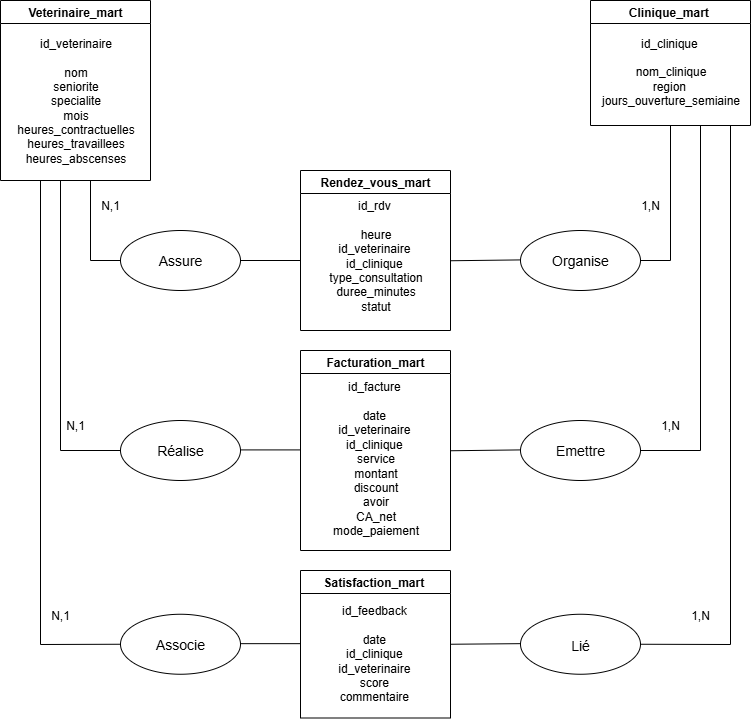
The draw.io diagram Modelisation_MCD/MCD_CLINIC.png in IDRISSI-Karim/Clinic_Project, before a commit. Source tidied: cells renumbered, new cells last; positions are measured from the earlier drawing's top-left corner, leaving out a move shared by most shapes. The source it was exported from:
```xml
<mxGraphModel>
  <root>
    <mxCell id="0" />
    <mxCell id="1" parent="0" />
    <mxCell id="2" value="Clinique_mart&amp;nbsp;" style="swimlane;whiteSpace=wrap;html=1;" parent="1" vertex="1">
      <mxGeometry x="590" width="160" height="125" as="geometry" />
    </mxCell>
    <mxCell id="3" value="id_clinique&amp;nbsp;&lt;div&gt;&lt;br&gt;&lt;/div&gt;&lt;div&gt;nom_clinique&lt;/div&gt;&lt;div&gt;region&amp;nbsp;&lt;/div&gt;&lt;div&gt;jours_ouverture_semiaine&lt;/div&gt;" style="text;html=1;align=center;verticalAlign=middle;strokeColor=none;fillColor=none;" parent="2" vertex="1">
      <mxGeometry y="26.2" width="160" height="90" as="geometry" />
    </mxCell>
    <mxCell id="4" value="Satisfaction_mart&amp;nbsp;" style="swimlane;whiteSpace=wrap;html=1;startSize=23;" parent="1" vertex="1">
      <mxGeometry x="300" y="570" width="150" height="147.5" as="geometry" />
    </mxCell>
    <mxCell id="5" value="id_feedback&amp;nbsp;&lt;div&gt;&lt;br&gt;&lt;/div&gt;&lt;div&gt;date&amp;nbsp;&lt;/div&gt;&lt;div&gt;id_clinique&amp;nbsp;&lt;/div&gt;&lt;div&gt;id_veterinaire&amp;nbsp;&lt;/div&gt;&lt;div&gt;score&amp;nbsp;&lt;/div&gt;&lt;div&gt;commentaire&amp;nbsp;&lt;/div&gt;" style="text;html=1;align=center;verticalAlign=middle;strokeColor=none;fillColor=none;" parent="4" vertex="1">
      <mxGeometry x="25" y="27.5" width="100" height="110" as="geometry" />
    </mxCell>
    <mxCell id="6" value="Facturation_mart" style="swimlane;whiteSpace=wrap;html=1;" parent="1" vertex="1">
      <mxGeometry x="300" y="350" width="150" height="200" as="geometry" />
    </mxCell>
    <mxCell id="7" value="id_facture&amp;nbsp;&lt;div&gt;&lt;br&gt;&lt;div&gt;date&amp;nbsp;&lt;/div&gt;&lt;div&gt;id_veterinaire&amp;nbsp;&lt;/div&gt;&lt;div&gt;id_clinique&amp;nbsp;&lt;/div&gt;&lt;div&gt;service&lt;/div&gt;&lt;div&gt;&lt;span style=&quot;background-color: transparent; color: light-dark(rgb(0, 0, 0), rgb(255, 255, 255));&quot;&gt;montant&lt;/span&gt;&lt;/div&gt;&lt;div&gt;discount&lt;/div&gt;&lt;div&gt;avoir&lt;/div&gt;&lt;div&gt;CA_net&lt;br&gt;mode_paiement&lt;/div&gt;&lt;div&gt;&lt;br&gt;&lt;/div&gt;&lt;/div&gt;" style="text;html=1;align=center;verticalAlign=middle;strokeColor=none;fillColor=none;" parent="6" vertex="1">
      <mxGeometry x="20" y="20" width="110" height="190" as="geometry" />
    </mxCell>
    <mxCell id="8" value="Rendez_vous_mart" style="swimlane;whiteSpace=wrap;html=1;" parent="1" vertex="1">
      <mxGeometry x="300" y="170" width="150" height="160" as="geometry" />
    </mxCell>
    <mxCell id="9" value="id_rdv&amp;nbsp;&lt;div&gt;&lt;br&gt;&lt;div&gt;heure&lt;/div&gt;&lt;div&gt;id_veterinaire&amp;nbsp;&lt;/div&gt;&lt;div&gt;id_clinique&amp;nbsp;&lt;/div&gt;&lt;div&gt;type_consultation&lt;/div&gt;&lt;div&gt;&lt;span style=&quot;background-color: transparent; color: light-dark(rgb(0, 0, 0), rgb(255, 255, 255));&quot;&gt;duree_minutes&lt;/span&gt;&lt;/div&gt;&lt;div&gt;statut&lt;/div&gt;&lt;/div&gt;" style="text;html=1;align=center;verticalAlign=middle;strokeColor=none;fillColor=none;" parent="8" vertex="1">
      <mxGeometry x="15" y="20" width="120" height="130" as="geometry" />
    </mxCell>
    <mxCell id="10" value="Veterinaire_mart" style="swimlane;whiteSpace=wrap;html=1;" parent="1" vertex="1">
      <mxGeometry width="150" height="180" as="geometry" />
    </mxCell>
    <mxCell id="11" value="id_veterinaire&lt;div&gt;&lt;br&gt;&lt;div&gt;nom&lt;/div&gt;&lt;div&gt;seniorite&lt;/div&gt;&lt;div&gt;specialite&lt;/div&gt;&lt;div&gt;mois&lt;/div&gt;&lt;div&gt;&lt;span style=&quot;background-color: transparent; color: light-dark(rgb(0, 0, 0), rgb(255, 255, 255));&quot;&gt;heures_contractuelles&lt;/span&gt;&lt;/div&gt;&lt;div&gt;heures_travaillees&lt;/div&gt;&lt;div&gt;heures_abscenses&lt;/div&gt;&lt;/div&gt;" style="text;html=1;align=center;verticalAlign=middle;strokeColor=none;fillColor=none;" parent="10" vertex="1">
      <mxGeometry x="5" y="30" width="140" height="140" as="geometry" />
    </mxCell>
    <mxCell id="12" style="ellipse;whiteSpace=wrap;html=1;" parent="1" vertex="1">
      <mxGeometry x="120" y="230" width="120" height="60" as="geometry" />
    </mxCell>
    <mxCell id="13" style="ellipse;whiteSpace=wrap;html=1;" parent="1" vertex="1">
      <mxGeometry x="120" y="613.8" width="120" height="60" as="geometry" />
    </mxCell>
    <mxCell id="14" style="ellipse;whiteSpace=wrap;html=1;" parent="1" vertex="1">
      <mxGeometry x="120" y="420" width="120" height="60" as="geometry" />
    </mxCell>
    <mxCell id="15" style="ellipse;whiteSpace=wrap;html=1;" parent="1" vertex="1">
      <mxGeometry x="520" y="230" width="120" height="60" as="geometry" />
    </mxCell>
    <mxCell id="16" style="ellipse;whiteSpace=wrap;html=1;" parent="1" vertex="1">
      <mxGeometry x="520" y="613.8" width="120" height="60" as="geometry" />
    </mxCell>
    <mxCell id="17" style="ellipse;whiteSpace=wrap;html=1;" parent="1" vertex="1">
      <mxGeometry x="520" y="420" width="120" height="60" as="geometry" />
    </mxCell>
    <mxCell id="18" style="endArrow=none;html=1;rounded=0;entryX=0.5;entryY=1;entryDx=0;entryDy=0;exitX=1;exitY=0.5;exitDx=0;exitDy=0;" parent="1" edge="1" source="15" target="2">
      <mxGeometry relative="1" as="geometry">
        <Array as="points">
          <mxPoint x="670" y="260" />
        </Array>
      </mxGeometry>
    </mxCell>
    <mxCell id="19" style="endArrow=none;html=1;rounded=0;entryX=0.5;entryY=1;entryDx=0;entryDy=0;exitX=1;exitY=0.5;exitDx=0;exitDy=0;" parent="1" edge="1" source="17">
      <mxGeometry relative="1" as="geometry">
        <mxPoint x="700" y="125" as="targetPoint" />
        <Array as="points">
          <mxPoint x="700" y="450" />
        </Array>
      </mxGeometry>
    </mxCell>
    <mxCell id="20" style="endArrow=none;html=1;rounded=0;entryX=0.5;entryY=1;entryDx=0;entryDy=0;exitX=1;exitY=0.5;exitDx=0;exitDy=0;" parent="1" edge="1" source="16">
      <mxGeometry relative="1" as="geometry">
        <mxPoint x="730" y="125" as="targetPoint" />
        <Array as="points">
          <mxPoint x="730" y="644" />
        </Array>
      </mxGeometry>
    </mxCell>
    <mxCell id="21" style="endArrow=none;html=1;rounded=0;entryX=0.5;entryY=1;entryDx=0;entryDy=0;exitX=0;exitY=0.5;exitDx=0;exitDy=0;" parent="1" edge="1" source="13">
      <mxGeometry relative="1" as="geometry">
        <mxPoint x="40" y="180" as="targetPoint" />
        <Array as="points">
          <mxPoint x="40" y="644" />
        </Array>
      </mxGeometry>
    </mxCell>
    <mxCell id="22" style="endArrow=none;html=1;rounded=0;entryX=0.5;entryY=1;entryDx=0;entryDy=0;exitX=0;exitY=0.5;exitDx=0;exitDy=0;" parent="1" edge="1" source="14">
      <mxGeometry relative="1" as="geometry">
        <mxPoint x="60" y="180" as="targetPoint" />
        <Array as="points">
          <mxPoint x="60" y="450" />
        </Array>
      </mxGeometry>
    </mxCell>
    <mxCell id="23" style="endArrow=none;html=1;rounded=0;entryX=0.5;entryY=1;entryDx=0;entryDy=0;exitX=0;exitY=0.5;exitDx=0;exitDy=0;" parent="1" edge="1" source="12">
      <mxGeometry relative="1" as="geometry">
        <mxPoint x="90" y="180" as="targetPoint" />
        <Array as="points">
          <mxPoint x="90" y="260" />
        </Array>
      </mxGeometry>
    </mxCell>
    <mxCell id="24" style="endArrow=none;html=1;rounded=0;exitX=1;exitY=0.5;exitDx=0;exitDy=0;" parent="1" edge="1" source="12">
      <mxGeometry relative="1" as="geometry">
        <mxPoint x="300" y="260" as="targetPoint" />
      </mxGeometry>
    </mxCell>
    <mxCell id="25" style="endArrow=none;html=1;rounded=0;exitX=1;exitY=0.5;exitDx=0;exitDy=0;" parent="1" edge="1">
      <mxGeometry relative="1" as="geometry">
        <mxPoint x="240" y="449.4" as="sourcePoint" />
        <mxPoint x="300" y="449.4" as="targetPoint" />
      </mxGeometry>
    </mxCell>
    <mxCell id="26" style="endArrow=none;html=1;rounded=0;exitX=1;exitY=0.5;exitDx=0;exitDy=0;" parent="1" edge="1">
      <mxGeometry relative="1" as="geometry">
        <mxPoint x="240" y="643.2" as="sourcePoint" />
        <mxPoint x="300" y="643.2" as="targetPoint" />
      </mxGeometry>
    </mxCell>
    <mxCell id="27" style="endArrow=none;html=1;rounded=0;exitX=1;exitY=0.5;exitDx=0;exitDy=0;" parent="1" edge="1" source="4">
      <mxGeometry relative="1" as="geometry">
        <mxPoint x="520" y="643.2" as="targetPoint" />
      </mxGeometry>
    </mxCell>
    <mxCell id="28" style="endArrow=none;html=1;rounded=0;exitX=1;exitY=0.5;exitDx=0;exitDy=0;" parent="1" edge="1">
      <mxGeometry relative="1" as="geometry">
        <mxPoint x="450" y="450.2" as="sourcePoint" />
        <mxPoint x="520" y="449.4" as="targetPoint" />
      </mxGeometry>
    </mxCell>
    <mxCell id="29" style="endArrow=none;html=1;rounded=0;exitX=1;exitY=0.5;exitDx=0;exitDy=0;" parent="1" edge="1">
      <mxGeometry relative="1" as="geometry">
        <mxPoint x="450" y="260.2" as="sourcePoint" />
        <mxPoint x="520" y="259.4" as="targetPoint" />
      </mxGeometry>
    </mxCell>
    <mxCell id="30" value="N,1" style="text;html=1;align=center;verticalAlign=middle;whiteSpace=wrap;rounded=0;" parent="1" vertex="1">
      <mxGeometry x="80" y="190" width="60" height="30" as="geometry" />
    </mxCell>
    <mxCell id="31" value="N,1" style="text;html=1;align=center;verticalAlign=middle;whiteSpace=wrap;rounded=0;" parent="1" vertex="1">
      <mxGeometry x="45" y="410" width="60" height="30" as="geometry" />
    </mxCell>
    <mxCell id="32" value="N,1" style="text;html=1;align=center;verticalAlign=middle;whiteSpace=wrap;rounded=0;" parent="1" vertex="1">
      <mxGeometry x="30" y="600" width="60" height="30" as="geometry" />
    </mxCell>
    <mxCell id="33" value="1,N" style="text;html=1;align=center;verticalAlign=middle;whiteSpace=wrap;rounded=0;" parent="1" vertex="1">
      <mxGeometry x="620" y="190" width="60" height="30" as="geometry" />
    </mxCell>
    <mxCell id="34" value="1,N" style="text;html=1;align=center;verticalAlign=middle;whiteSpace=wrap;rounded=0;" parent="1" vertex="1">
      <mxGeometry x="640" y="410" width="60" height="30" as="geometry" />
    </mxCell>
    <mxCell id="35" value="1,N" style="text;html=1;align=center;verticalAlign=middle;whiteSpace=wrap;rounded=0;" parent="1" vertex="1">
      <mxGeometry x="670" y="600" width="60" height="30" as="geometry" />
    </mxCell>
    <mxCell id="36" value="&lt;span style=&quot;font-size: 14px;&quot;&gt;Assure&lt;/span&gt;" style="text;html=1;align=center;verticalAlign=middle;whiteSpace=wrap;rounded=0;" parent="1" vertex="1">
      <mxGeometry x="150" y="245" width="60" height="30" as="geometry" />
    </mxCell>
    <mxCell id="37" value="&lt;span style=&quot;font-size: 14px;&quot;&gt;Réalise&lt;/span&gt;" style="text;html=1;align=center;verticalAlign=middle;whiteSpace=wrap;rounded=0;" parent="1" vertex="1">
      <mxGeometry x="150" y="435" width="60" height="30" as="geometry" />
    </mxCell>
    <mxCell id="38" value="&lt;span style=&quot;font-size: 14px;&quot;&gt;Associe&lt;/span&gt;" style="text;html=1;align=center;verticalAlign=middle;whiteSpace=wrap;rounded=0;" parent="1" vertex="1">
      <mxGeometry x="150" y="628.8" width="60" height="30" as="geometry" />
    </mxCell>
    <mxCell id="39" value="&lt;span style=&quot;font-size: 14px;&quot;&gt;Lié&lt;/span&gt;" style="text;html=1;align=center;verticalAlign=middle;whiteSpace=wrap;rounded=0;" parent="1" vertex="1">
      <mxGeometry x="550" y="630" width="60" height="30" as="geometry" />
    </mxCell>
    <mxCell id="40" value="&lt;span style=&quot;font-size: 14px;&quot;&gt;Emettre&lt;/span&gt;" style="text;html=1;align=center;verticalAlign=middle;whiteSpace=wrap;rounded=0;" parent="1" vertex="1">
      <mxGeometry x="550" y="435" width="60" height="30" as="geometry" />
    </mxCell>
    <mxCell id="41" value="&lt;span style=&quot;font-size: 14px;&quot;&gt;Organise&lt;/span&gt;" style="text;html=1;align=center;verticalAlign=middle;whiteSpace=wrap;rounded=0;" parent="1" vertex="1">
      <mxGeometry x="550" y="245" width="60" height="30" as="geometry" />
    </mxCell>
  </root>
</mxGraphModel>
```
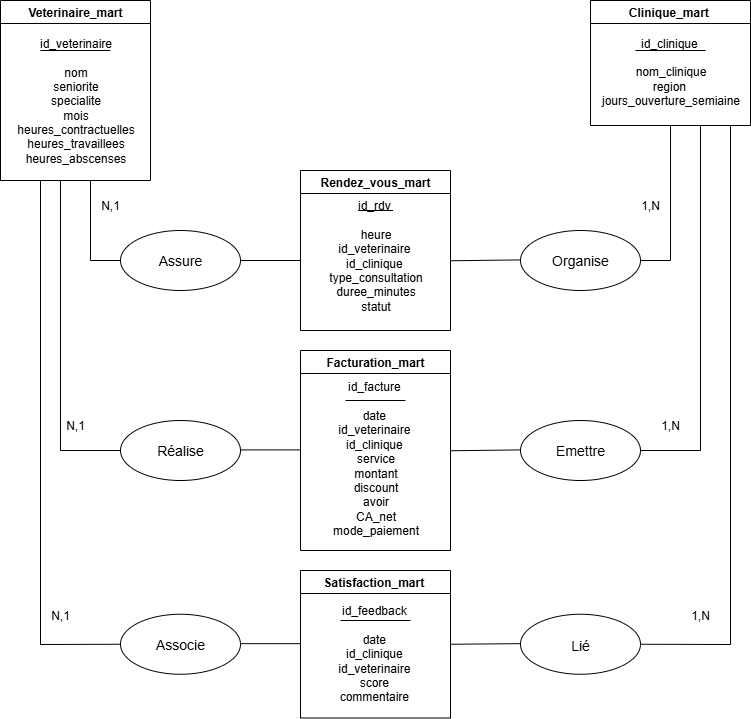
The same file after the commit.

Diff of the diagram source:
```diff
@@ -8,30 +8,60 @@
     <mxCell id="3" value="id_clinique&amp;nbsp;&lt;div&gt;&lt;br&gt;&lt;/div&gt;&lt;div&gt;nom_clinique&lt;/div&gt;&lt;div&gt;region&amp;nbsp;&lt;/div&gt;&lt;div&gt;jours_ouverture_semiaine&lt;/div&gt;" style="text;html=1;align=center;verticalAlign=middle;strokeColor=none;fillColor=none;" parent="2" vertex="1">
       <mxGeometry y="26.2" width="160" height="90" as="geometry" />
     </mxCell>
+    <mxCell id="42" style="endArrow=none;html=1;rounded=0;" parent="2" edge="1">
+      <mxGeometry relative="1" as="geometry">
+        <mxPoint x="45" y="50" as="sourcePoint" />
+        <mxPoint x="115" y="50" as="targetPoint" />
+      </mxGeometry>
+    </mxCell>
     <mxCell id="4" value="Satisfaction_mart&amp;nbsp;" style="swimlane;whiteSpace=wrap;html=1;startSize=23;" parent="1" vertex="1">
       <mxGeometry x="300" y="570" width="150" height="147.5" as="geometry" />
     </mxCell>
     <mxCell id="5" value="id_feedback&amp;nbsp;&lt;div&gt;&lt;br&gt;&lt;/div&gt;&lt;div&gt;date&amp;nbsp;&lt;/div&gt;&lt;div&gt;id_clinique&amp;nbsp;&lt;/div&gt;&lt;div&gt;id_veterinaire&amp;nbsp;&lt;/div&gt;&lt;div&gt;score&amp;nbsp;&lt;/div&gt;&lt;div&gt;commentaire&amp;nbsp;&lt;/div&gt;" style="text;html=1;align=center;verticalAlign=middle;strokeColor=none;fillColor=none;" parent="4" vertex="1">
       <mxGeometry x="25" y="27.5" width="100" height="110" as="geometry" />
     </mxCell>
+    <mxCell id="43" style="endArrow=none;html=1;rounded=0;" parent="4" edge="1">
+      <mxGeometry relative="1" as="geometry">
+        <mxPoint x="40" y="50" as="sourcePoint" />
+        <mxPoint x="110" y="50" as="targetPoint" />
+      </mxGeometry>
+    </mxCell>
     <mxCell id="6" value="Facturation_mart" style="swimlane;whiteSpace=wrap;html=1;" parent="1" vertex="1">
       <mxGeometry x="300" y="350" width="150" height="200" as="geometry" />
     </mxCell>
     <mxCell id="7" value="id_facture&amp;nbsp;&lt;div&gt;&lt;br&gt;&lt;div&gt;date&amp;nbsp;&lt;/div&gt;&lt;div&gt;id_veterinaire&amp;nbsp;&lt;/div&gt;&lt;div&gt;id_clinique&amp;nbsp;&lt;/div&gt;&lt;div&gt;service&lt;/div&gt;&lt;div&gt;&lt;span style=&quot;background-color: transparent; color: light-dark(rgb(0, 0, 0), rgb(255, 255, 255));&quot;&gt;montant&lt;/span&gt;&lt;/div&gt;&lt;div&gt;discount&lt;/div&gt;&lt;div&gt;avoir&lt;/div&gt;&lt;div&gt;CA_net&lt;br&gt;mode_paiement&lt;/div&gt;&lt;div&gt;&lt;br&gt;&lt;/div&gt;&lt;/div&gt;" style="text;html=1;align=center;verticalAlign=middle;strokeColor=none;fillColor=none;" parent="6" vertex="1">
       <mxGeometry x="20" y="20" width="110" height="190" as="geometry" />
     </mxCell>
+    <mxCell id="44" style="endArrow=none;html=1;rounded=0;" parent="6" edge="1">
+      <mxGeometry relative="1" as="geometry">
+        <mxPoint x="45" y="50" as="sourcePoint" />
+        <mxPoint x="105" y="50" as="targetPoint" />
+      </mxGeometry>
+    </mxCell>
     <mxCell id="8" value="Rendez_vous_mart" style="swimlane;whiteSpace=wrap;html=1;" parent="1" vertex="1">
       <mxGeometry x="300" y="170" width="150" height="160" as="geometry" />
     </mxCell>
     <mxCell id="9" value="id_rdv&amp;nbsp;&lt;div&gt;&lt;br&gt;&lt;div&gt;heure&lt;/div&gt;&lt;div&gt;id_veterinaire&amp;nbsp;&lt;/div&gt;&lt;div&gt;id_clinique&amp;nbsp;&lt;/div&gt;&lt;div&gt;type_consultation&lt;/div&gt;&lt;div&gt;&lt;span style=&quot;background-color: transparent; color: light-dark(rgb(0, 0, 0), rgb(255, 255, 255));&quot;&gt;duree_minutes&lt;/span&gt;&lt;/div&gt;&lt;div&gt;statut&lt;/div&gt;&lt;/div&gt;" style="text;html=1;align=center;verticalAlign=middle;strokeColor=none;fillColor=none;" parent="8" vertex="1">
       <mxGeometry x="15" y="20" width="120" height="130" as="geometry" />
     </mxCell>
+    <mxCell id="45" style="endArrow=none;html=1;rounded=0;" parent="8" edge="1">
+      <mxGeometry relative="1" as="geometry">
+        <mxPoint x="57.5" y="40" as="sourcePoint" />
+        <mxPoint x="92.5" y="40" as="targetPoint" />
+      </mxGeometry>
+    </mxCell>
     <mxCell id="10" value="Veterinaire_mart" style="swimlane;whiteSpace=wrap;html=1;" parent="1" vertex="1">
       <mxGeometry width="150" height="180" as="geometry" />
     </mxCell>
     <mxCell id="11" value="id_veterinaire&lt;div&gt;&lt;br&gt;&lt;div&gt;nom&lt;/div&gt;&lt;div&gt;seniorite&lt;/div&gt;&lt;div&gt;specialite&lt;/div&gt;&lt;div&gt;mois&lt;/div&gt;&lt;div&gt;&lt;span style=&quot;background-color: transparent; color: light-dark(rgb(0, 0, 0), rgb(255, 255, 255));&quot;&gt;heures_contractuelles&lt;/span&gt;&lt;/div&gt;&lt;div&gt;heures_travaillees&lt;/div&gt;&lt;div&gt;heures_abscenses&lt;/div&gt;&lt;/div&gt;" style="text;html=1;align=center;verticalAlign=middle;strokeColor=none;fillColor=none;" parent="10" vertex="1">
       <mxGeometry x="5" y="30" width="140" height="140" as="geometry" />
     </mxCell>
+    <mxCell id="46" style="endArrow=none;html=1;rounded=0;" parent="10" edge="1">
+      <mxGeometry relative="1" as="geometry">
+        <mxPoint x="40" y="50" as="sourcePoint" />
+        <mxPoint x="110" y="50" as="targetPoint" />
+      </mxGeometry>
+    </mxCell>
     <mxCell id="12" style="ellipse;whiteSpace=wrap;html=1;" parent="1" vertex="1">
       <mxGeometry x="120" y="230" width="120" height="60" as="geometry" />
     </mxCell>
```
